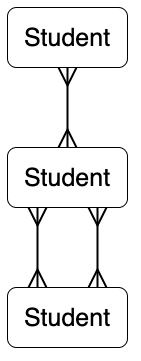
Before: docs/images/schema.png, a diagram exported from draw.io (aratare-jp/epsilon-react-demo). Source tidied: cells renumbered, new cells last; positions are measured from the earlier drawing's top-left corner, leaving out a move shared by most shapes.
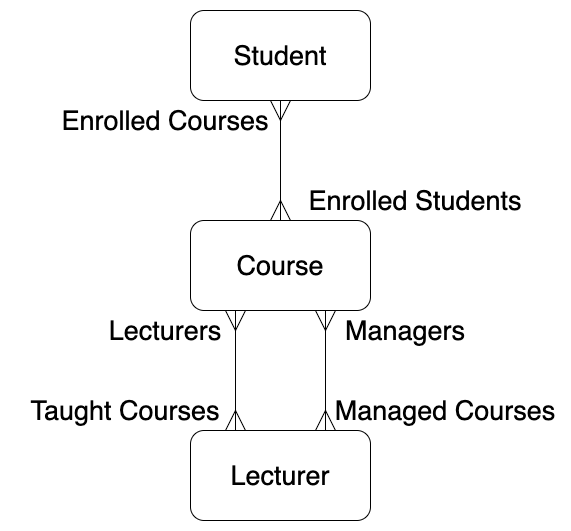
After the change.

Change to the diagram source:
```diff
@@ -2,23 +2,44 @@
   <root>
     <mxCell id="0" />
     <mxCell id="1" parent="0" />
-    <mxCell id="2" style="edgeStyle=orthogonalEdgeStyle;rounded=0;jettySize=auto;html=1;exitX=0.75;exitY=1;exitDx=0;exitDy=0;entryX=0.75;entryY=0;entryDx=0;entryDy=0;fontSize=25;startArrow=ERmany;startFill=0;endArrow=ERmany;endFill=0;endSize=15;startSize=15;strokeWidth=2;" parent="1" edge="1" source="4" target="5">
-      <mxGeometry relative="1" as="geometry" />
-    </mxCell>
-    <mxCell id="3" style="edgeStyle=orthogonalEdgeStyle;rounded=0;jettySize=auto;html=1;exitX=0.25;exitY=1;exitDx=0;exitDy=0;entryX=0.25;entryY=0;entryDx=0;entryDy=0;fontSize=25;startArrow=ERmany;startFill=0;endArrow=ERmany;endFill=0;endSize=15;startSize=15;strokeWidth=2;" parent="1" edge="1" source="4" target="5">
-      <mxGeometry relative="1" as="geometry" />
-    </mxCell>
-    <mxCell id="4" value="Student" style="rounded=1;whiteSpace=wrap;html=1;fontSize=25;" parent="1" vertex="1">
-      <mxGeometry y="140" width="120" height="60" as="geometry" />
-    </mxCell>
-    <mxCell id="5" value="Student" style="rounded=1;whiteSpace=wrap;html=1;fontSize=25;" parent="1" vertex="1">
-      <mxGeometry y="280" width="120" height="60" as="geometry" />
-    </mxCell>
-    <mxCell id="6" style="edgeStyle=orthogonalEdgeStyle;rounded=0;jettySize=auto;html=1;entryX=0.5;entryY=0;entryDx=0;entryDy=0;fontSize=25;startArrow=ERmany;startFill=0;endArrow=ERmany;endFill=0;endSize=15;startSize=15;strokeWidth=2;" parent="1" edge="1" source="7" target="4">
-      <mxGeometry relative="1" as="geometry" />
-    </mxCell>
-    <mxCell id="7" value="Student" style="rounded=1;whiteSpace=wrap;html=1;fontSize=25;" parent="1" vertex="1">
-      <mxGeometry width="120" height="60" as="geometry" />
-    </mxCell>
+    <mxCell id="8" style="edgeStyle=orthogonalEdgeStyle;rounded=0;jettySize=auto;html=1;fontSize=27;startArrow=ERmany;startFill=0;endArrow=ERmany;endFill=0;endSize=18;startSize=18;" parent="1" edge="1" source="9" target="10">
+      <mxGeometry relative="1" as="geometry" />
+    </mxCell>
+    <mxCell id="9" value="Student" style="rounded=1;whiteSpace=wrap;html=1;fontSize=27;" parent="1" vertex="1">
+      <mxGeometry y="-140" width="180" height="90" as="geometry" />
+    </mxCell>
+    <mxCell id="10" value="Course" style="rounded=1;whiteSpace=wrap;html=1;fontSize=27;" parent="1" vertex="1">
+      <mxGeometry y="70" width="180" height="90" as="geometry" />
+    </mxCell>
+    <mxCell id="11" style="edgeStyle=orthogonalEdgeStyle;rounded=0;jettySize=auto;html=1;exitX=0.25;exitY=0;exitDx=0;exitDy=0;entryX=0.25;entryY=1;entryDx=0;entryDy=0;fontSize=27;startArrow=ERmany;startFill=0;endArrow=ERmany;endFill=0;endSize=18;startSize=18;" parent="1" edge="1" source="13" target="10">
+      <mxGeometry relative="1" as="geometry" />
+    </mxCell>
+    <mxCell id="12" style="edgeStyle=orthogonalEdgeStyle;rounded=0;jettySize=auto;html=1;exitX=0.75;exitY=0;exitDx=0;exitDy=0;entryX=0.75;entryY=1;entryDx=0;entryDy=0;fontSize=27;startArrow=ERmany;startFill=0;endArrow=ERmany;endFill=0;endSize=18;startSize=18;" parent="1" edge="1" source="13" target="10">
+      <mxGeometry relative="1" as="geometry" />
+    </mxCell>
+    <mxCell id="13" value="Lecturer" style="rounded=1;whiteSpace=wrap;html=1;fontSize=27;" parent="1" vertex="1">
+      <mxGeometry y="280" width="180" height="90" as="geometry" />
+    </mxCell>
+    <mxCell id="14" value="Enrolled Courses" style="text;html=1;strokeColor=none;fillColor=none;align=center;verticalAlign=middle;whiteSpace=wrap;rounded=0;fontSize=27;" parent="1" vertex="1">
+      <mxGeometry x="-130" y="-40" width="210" height="20" as="geometry" />
+    </mxCell>
+    <mxCell id="15" value="Enrolled Students" style="text;html=1;strokeColor=none;fillColor=none;align=center;verticalAlign=middle;whiteSpace=wrap;rounded=0;fontSize=27;" parent="1" vertex="1">
+      <mxGeometry x="110" y="40" width="230" height="20" as="geometry" />
+    </mxCell>
+    <mxCell id="16" value="Managers" style="text;html=1;strokeColor=none;fillColor=none;align=center;verticalAlign=middle;whiteSpace=wrap;rounded=0;fontSize=27;" parent="1" vertex="1">
+      <mxGeometry x="100" y="170" width="230" height="20" as="geometry" />
+    </mxCell>
+    <mxCell id="17" value="Managed Courses" style="text;html=1;strokeColor=none;fillColor=none;align=center;verticalAlign=middle;whiteSpace=wrap;rounded=0;fontSize=27;" parent="1" vertex="1">
+      <mxGeometry x="140" y="250" width="230" height="20" as="geometry" />
+    </mxCell>
+    <mxCell id="18" value="Lecturers" style="text;html=1;strokeColor=none;fillColor=none;align=center;verticalAlign=middle;whiteSpace=wrap;rounded=0;fontSize=27;" parent="1" vertex="1">
+      <mxGeometry x="-140" y="170" width="230" height="20" as="geometry" />
+    </mxCell>
+    <mxCell id="19" value="Taught Courses" style="text;html=1;strokeColor=none;fillColor=none;align=center;verticalAlign=middle;whiteSpace=wrap;rounded=0;fontSize=27;" parent="1" vertex="1">
+      <mxGeometry x="-180" y="250" width="230" height="20" as="geometry" />
+    </mxCell>
+    <mxCell id="20" style="edgeStyle=orthogonalEdgeStyle;rounded=0;orthogonalLoop=1;jettySize=auto;html=1;exitX=0.5;exitY=1;exitDx=0;exitDy=0;startArrow=ERmany;startFill=0;startSize=18;endArrow=ERmany;endFill=0;endSize=18;fontSize=27;" parent="1" edge="1" source="16" target="16">
+      <mxGeometry relative="1" as="geometry" />
+    </mxCell>
   </root>
 </mxGraphModel>
```
